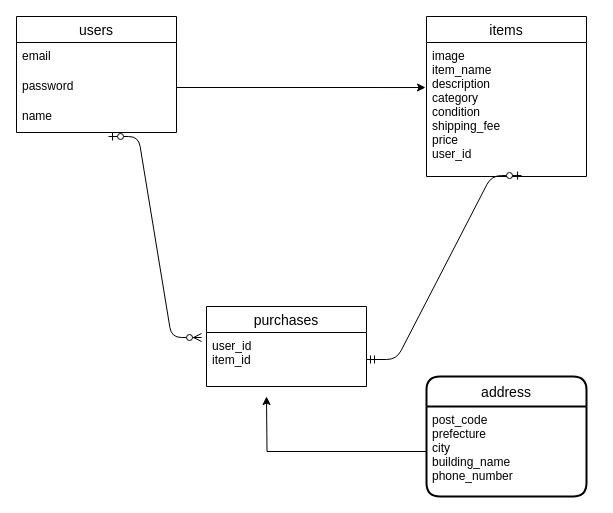
Above: ER.dio in toshi120/furima-35395 (draw.io), before the change. Source tidied: cells renumbered, new cells numbered last; positions are measured from the earlier drawing's top-left corner, leaving out a move shared by most shapes. Both pictures are drawn from the tidied source at 100%, with x=0, y=0 at pixel (16, 16).
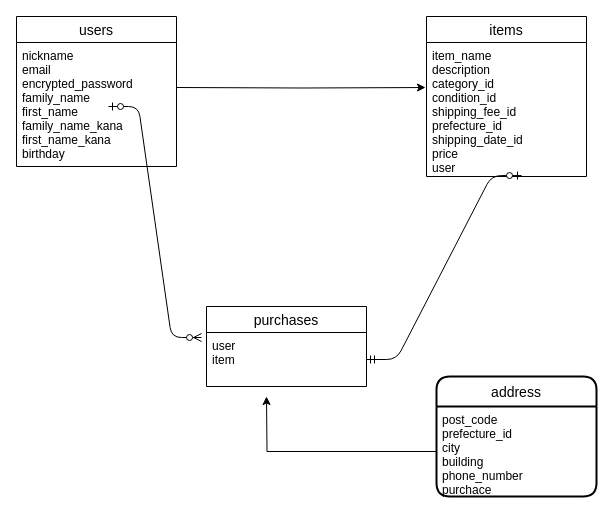
The same diagram, later.

Change to the diagram source:
```diff
@@
 <mxGraphModel>
   <root>
     <mxCell id="0" />
     <mxCell id="1" parent="0" />
     <mxCell id="2" value="users" style="swimlane;fontStyle=0;horizontal=1;startSize=26;align=center;fontSize=14;" parent="1" vertex="1">
-      <mxGeometry width="160" height="116" as="geometry" />
+      <mxGeometry width="160" height="150" as="geometry" />
     </mxCell>
-    <mxCell id="3" value="email" style="text;strokeColor=none;fillColor=none;spacingLeft=4;spacingRight=4;overflow=hidden;fontSize=12;" parent="2" vertex="1">
-      <mxGeometry y="26" width="160" height="30" as="geometry" />
+    <mxCell id="3" value="nickname&#10;email&#10;encrypted_password&#10;family_name&#10;first_name&#10;family_name_kana&#10;first_name_kana&#10;birthday" style="text;strokeColor=none;fillColor=none;spacingLeft=4;spacingRight=4;overflow=hidden;fontSize=12;" parent="2" vertex="1">
+      <mxGeometry y="26" width="160" height="124" as="geometry" />
     </mxCell>
-    <mxCell id="4" value="password" style="text;strokeColor=none;fillColor=none;spacingLeft=4;spacingRight=4;overflow=hidden;points=[[0,0.5],[1,0.5]];portConstraint=eastwest;fontSize=12;" parent="2" vertex="1">
-      <mxGeometry y="56" width="160" height="30" as="geometry" />
-    </mxCell>
-    <mxCell id="5" value="name" style="text;strokeColor=none;fillColor=none;spacingLeft=4;spacingRight=4;overflow=hidden;points=[[0,0.5],[1,0.5]];portConstraint=eastwest;fontSize=12;" parent="2" vertex="1">
-      <mxGeometry y="86" width="160" height="30" as="geometry" />
-    </mxCell>
     <mxCell id="6" value="items" style="swimlane;fontStyle=0;horizontal=1;startSize=26;align=center;fontSize=14;verticalAlign=middle;" parent="1" vertex="1">
       <mxGeometry x="410" width="160" height="160" as="geometry" />
     </mxCell>
-    <mxCell id="7" value="image&#10;item_name&#10;description&#10;category&#10;condition&#10;shipping_fee&#10;price&#10;user_id&#10;" style="text;strokeColor=none;fillColor=none;spacingLeft=4;spacingRight=4;overflow=hidden;points=[[0,0.5],[1,0.5]];portConstraint=eastwest;fontSize=12;" parent="6" vertex="1">
+    <mxCell id="7" value="item_name&#10;description&#10;category_id&#10;condition_id&#10;shipping_fee_id&#10;prefecture_id&#10;shipping_date_id&#10;price&#10;user&#10;" style="text;strokeColor=none;fillColor=none;spacingLeft=4;spacingRight=4;overflow=hidden;points=[[0,0.5],[1,0.5]];portConstraint=eastwest;fontSize=12;" parent="6" vertex="1">
       <mxGeometry y="26" width="160" height="134" as="geometry" />
     </mxCell>
-    <mxCell id="8" style="edgeStyle=orthogonalEdgeStyle;rounded=0;jettySize=auto;html=1;exitX=1;exitY=0.5;exitDx=0;exitDy=0;entryX=-0.006;entryY=0.336;entryDx=0;entryDy=0;entryPerimeter=0;" parent="1" edge="1" source="4" target="7">
-      <mxGeometry relative="1" as="geometry" />
+    <mxCell id="8" style="edgeStyle=orthogonalEdgeStyle;rounded=0;jettySize=auto;html=1;exitX=1;exitY=0.5;exitDx=0;exitDy=0;entryX=-0.006;entryY=0.336;entryDx=0;entryDy=0;entryPerimeter=0;" parent="1" edge="1" target="7">
+      <mxGeometry relative="1" as="geometry">
+        <mxPoint x="160" y="71" as="sourcePoint" />
+      </mxGeometry>
     </mxCell>
     <mxCell id="9" value="purchases" style="swimlane;fontStyle=0;horizontal=1;startSize=26;align=center;fontSize=14;" parent="1" vertex="1">
       <mxGeometry x="190" y="290" width="160" height="80" as="geometry" />
     </mxCell>
-    <mxCell id="10" value="user_id&#10;item_id&#10;" style="text;strokeColor=none;fillColor=none;spacingLeft=4;spacingRight=4;overflow=hidden;points=[[0,0.5],[1,0.5]];portConstraint=eastwest;fontSize=12;" parent="9" vertex="1">
+    <mxCell id="10" value="user&#10;item&#10;" style="text;strokeColor=none;fillColor=none;spacingLeft=4;spacingRight=4;overflow=hidden;points=[[0,0.5],[1,0.5]];portConstraint=eastwest;fontSize=12;" parent="9" vertex="1">
       <mxGeometry y="26" width="160" height="54" as="geometry" />
     </mxCell>
-    <mxCell id="11" style="edgeStyle=entityRelationEdgeStyle;fontSize=12;html=1;endArrow=ERzeroToMany;startArrow=ERzeroToOne;exitX=0.575;exitY=1.133;exitDx=0;exitDy=0;exitPerimeter=0;entryX=-0.031;entryY=0.093;entryDx=0;entryDy=0;entryPerimeter=0;" parent="1" edge="1" source="5" target="10">
-      <mxGeometry relative="1" as="geometry" />
+    <mxCell id="11" style="edgeStyle=entityRelationEdgeStyle;fontSize=12;html=1;endArrow=ERzeroToMany;startArrow=ERzeroToOne;exitX=0.575;exitY=1.133;exitDx=0;exitDy=0;exitPerimeter=0;entryX=-0.031;entryY=0.093;entryDx=0;entryDy=0;entryPerimeter=0;" parent="1" edge="1" target="10">
+      <mxGeometry relative="1" as="geometry">
+        <mxPoint x="92" y="90" as="sourcePoint" />
+      </mxGeometry>
     </mxCell>
     <mxCell id="12" style="edgeStyle=entityRelationEdgeStyle;fontSize=12;html=1;endArrow=ERzeroToOne;startArrow=ERmandOne;entryX=0.594;entryY=0.993;entryDx=0;entryDy=0;entryPerimeter=0;exitX=1;exitY=0.5;exitDx=0;exitDy=0;" parent="1" edge="1" source="10" target="7">
       <mxGeometry relative="1" as="geometry" />
     </mxCell>
     <mxCell id="13" value="address" style="swimlane;horizontal=1;startSize=30;rounded=1;fontSize=14;fontStyle=0;strokeWidth=2;shadow=0;dashed=0;align=center;" parent="1" vertex="1">
-      <mxGeometry x="410" y="360" width="160" height="120" as="geometry" />
+      <mxGeometry x="420" y="360" width="160" height="120" as="geometry" />
     </mxCell>
-    <mxCell id="14" value="post_code&#10;prefecture&#10;city&#10;building_name&#10;phone_number" style="align=left;strokeColor=none;fillColor=none;spacingLeft=4;fontSize=12;verticalAlign=top;" parent="13" vertex="1">
+    <mxCell id="14" value="post_code&#10;prefecture_id&#10;city&#10;building&#10;phone_number&#10;purchace" style="align=left;strokeColor=none;fillColor=none;spacingLeft=4;fontSize=12;verticalAlign=top;" parent="13" vertex="1">
       <mxGeometry y="30" width="160" height="90" as="geometry" />
     </mxCell>
     <mxCell id="15" style="edgeStyle=orthogonalEdgeStyle;rounded=0;jettySize=auto;html=1;exitX=0;exitY=0.5;exitDx=0;exitDy=0;" parent="1" edge="1" source="14">
       <mxGeometry relative="1" as="geometry">
         <mxPoint x="250" y="380" as="targetPoint" />
       </mxGeometry>
     </mxCell>
   </root>
 </mxGraphModel>
```
